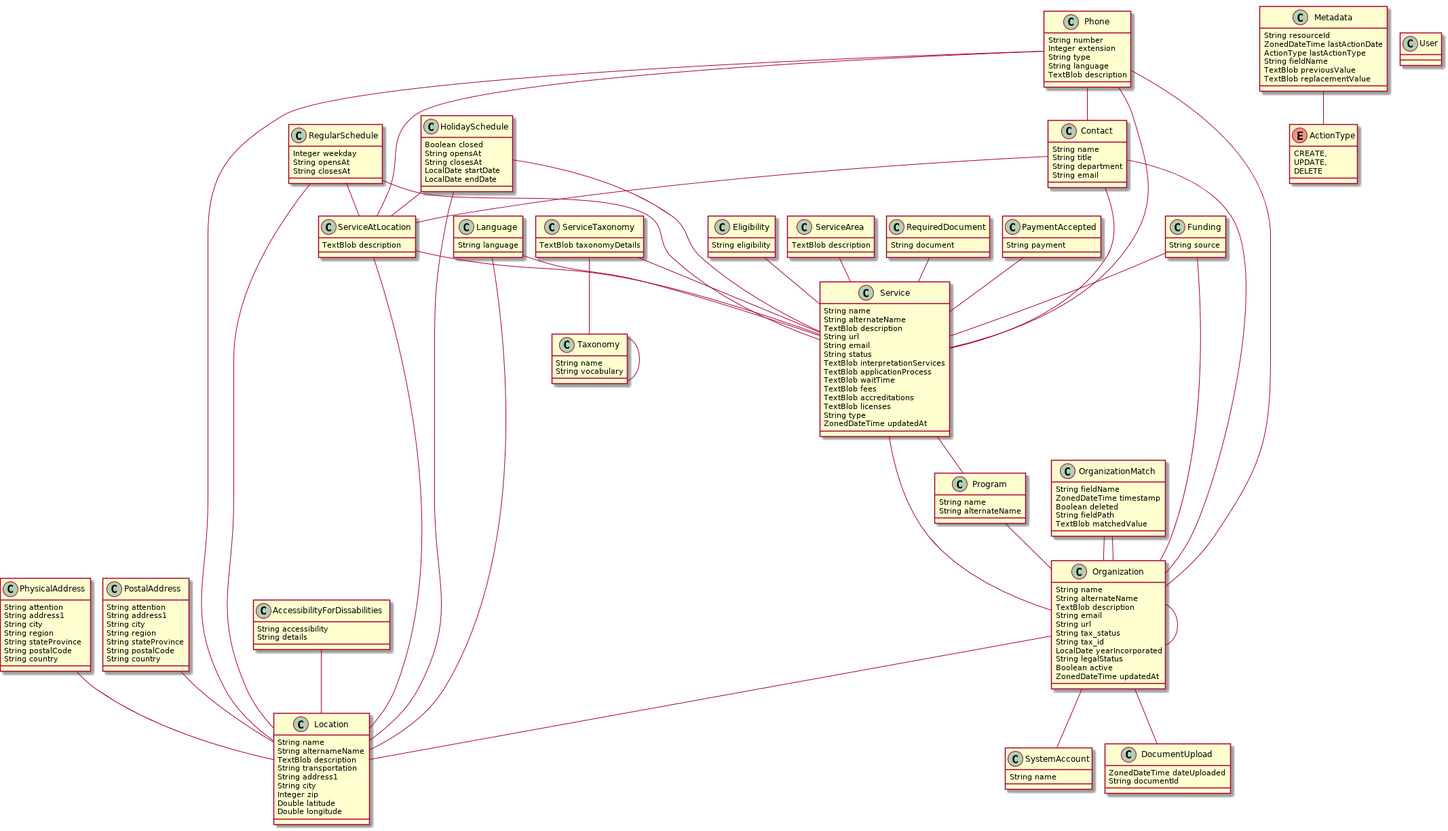
This is jdl/schema.png from openreferral/ServiceNet, a PlantUML export, as it was before one commit.
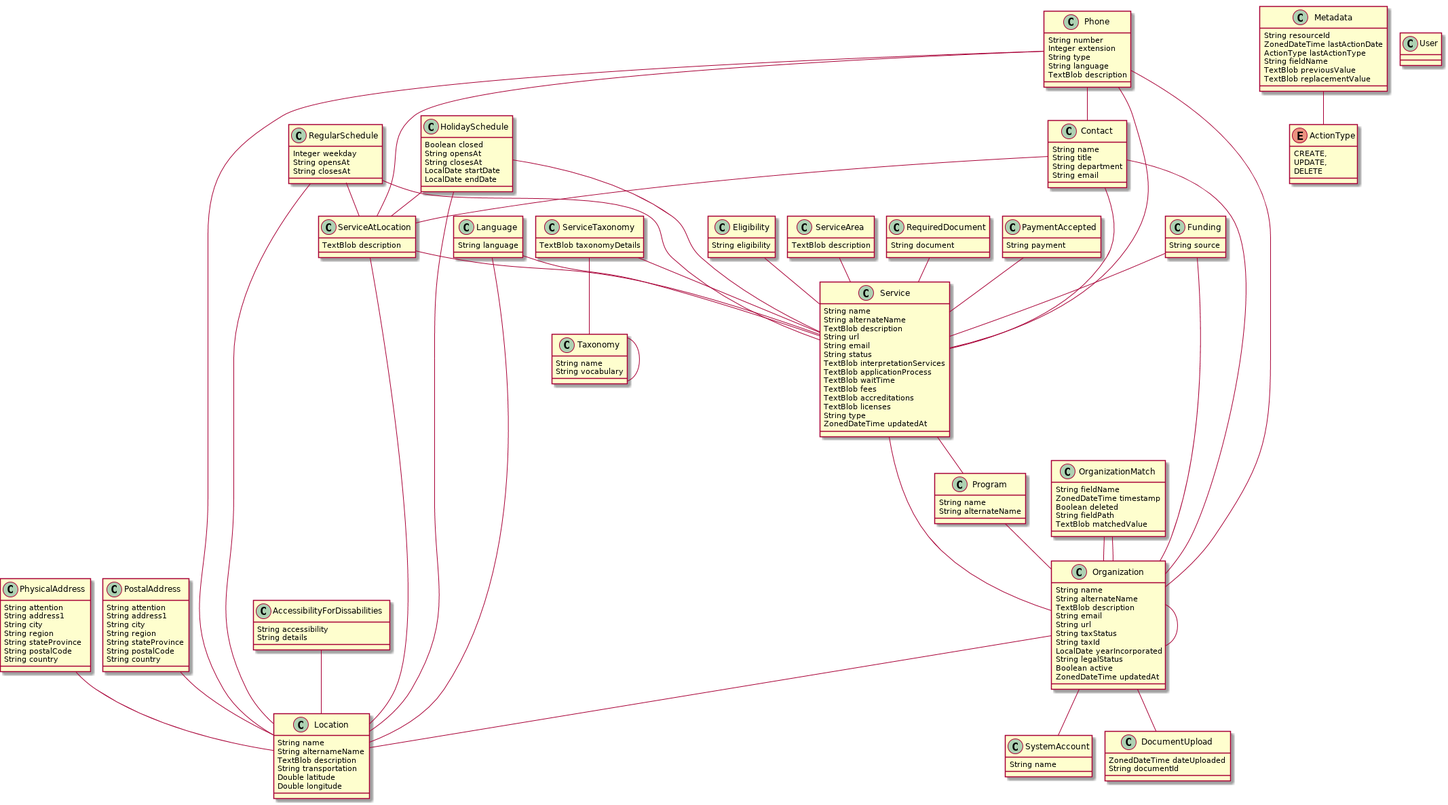
After the change.

Change to the diagram source:
```diff
@@ -14,8 +14,8 @@
 		TextBlob description
 		String email
 		String url
-		String tax_status
-		String tax_id
+		String taxStatus
+		String taxId
 		LocalDate yearIncorporated
 		String legalStatus
 		Boolean active
@@ -49,9 +49,6 @@
 		String alternameName
 		TextBlob description
 		String transportation
-		String address1
-		String city
-		Integer zip
 		Double latitude
 		Double longitude
 	}
```
